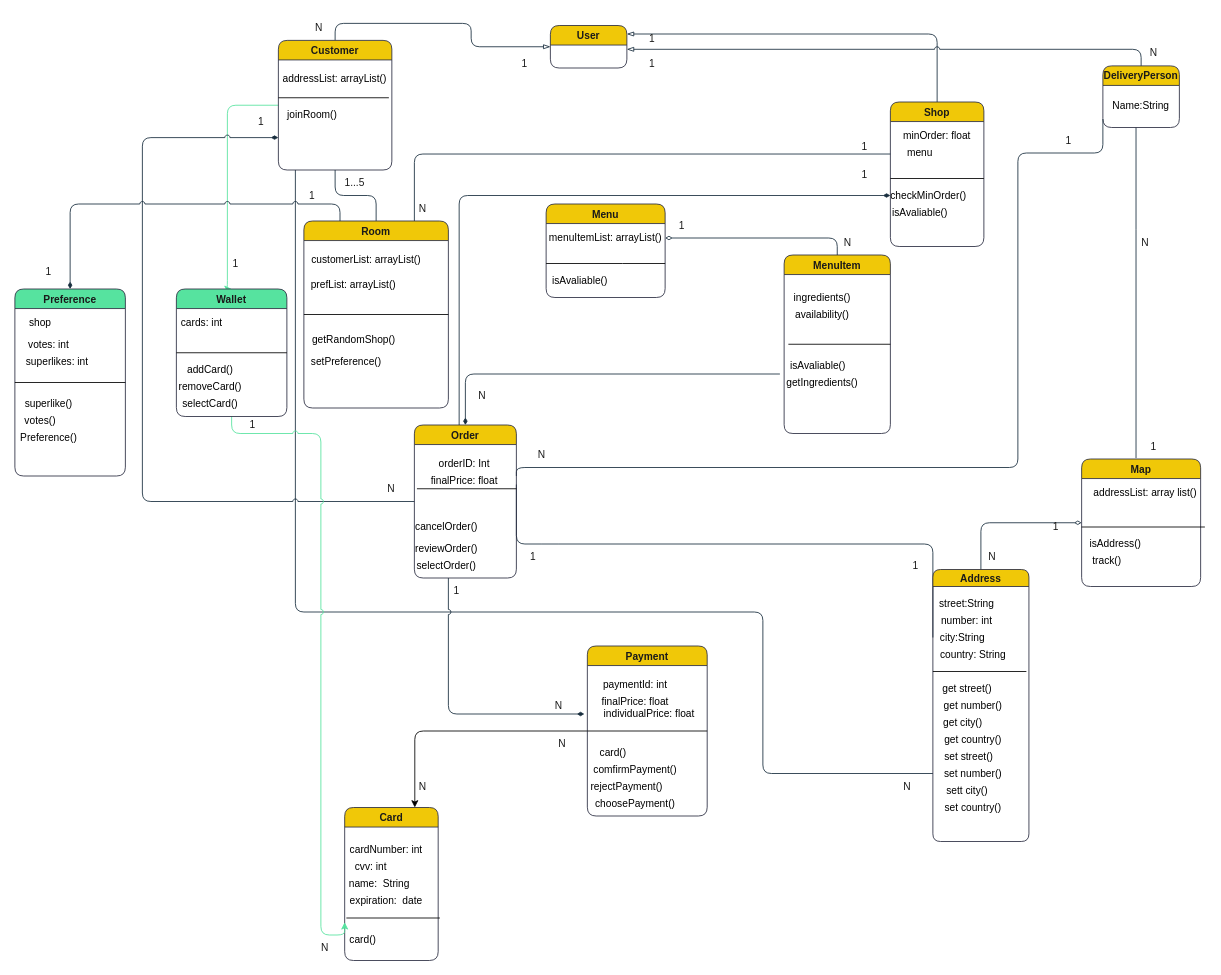
Before: docs/contributions/JoannaAgo/Phase_4/Domain_Model.drawio in iloudaros/nomnomr, a draw.io diagram. Source tidied: cells renumbered, new cells numbered last; positions are measured from the earlier drawing's top-left corner, leaving out a move shared by most shapes. Both pictures are drawn from the tidied source at 85%, with x=0, y=0 at pixel (14, 14).
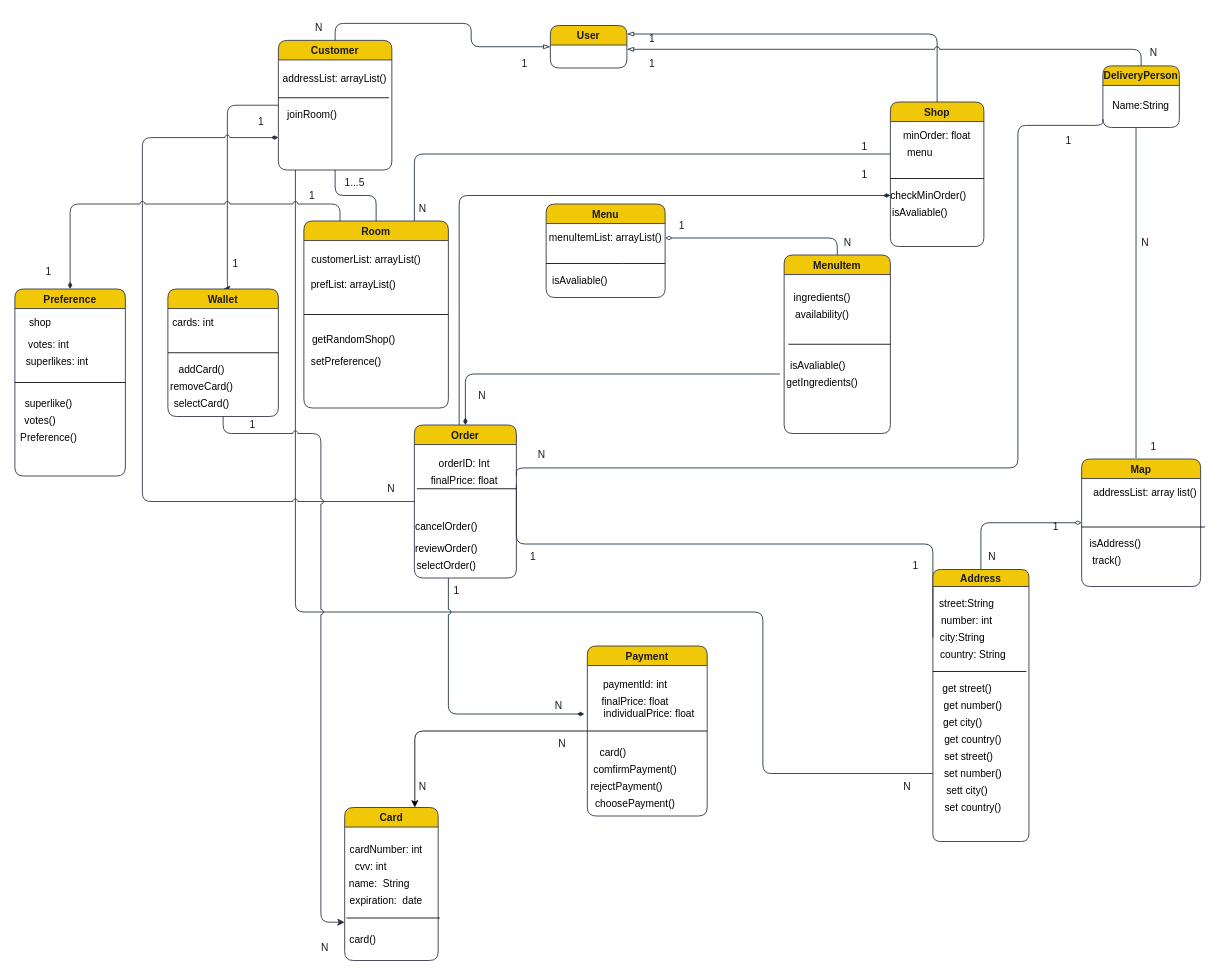
The same diagram, later.

Unchanged cells that the change refers to:
```xml
<mxCell id="8" value="Customer" style="swimlane;startSize=23;rounded=1;fillColor=#F0C808;strokeColor=#2B2D42;fontColor=#1A1A1A;" parent="1" vertex="1">
  <mxGeometry x="310" y="30" width="133.5" height="152.5" as="geometry" />
</mxCell>
<mxCell id="23" value="Room" style="swimlane;rounded=1;fillColor=#F0C808;strokeColor=#2B2D42;fontColor=#1A1A1A;" parent="1" vertex="1">
  <mxGeometry x="340" y="242.5" width="170" height="220" as="geometry" />
</mxCell>
<mxCell id="32" value="Order" style="swimlane;rounded=1;fillColor=#F0C808;strokeColor=#2B2D42;fontColor=#1A1A1A;" parent="1" vertex="1">
  <mxGeometry x="470" y="482.5" width="120" height="180" as="geometry" />
</mxCell>
<mxCell id="47" value="Card" style="swimlane;rounded=1;fillColor=#F0C808;strokeColor=#2B2D42;fontColor=#1A1A1A;startSize=23;" parent="1" vertex="1">
  <mxGeometry x="388" y="932.5" width="110" height="180" as="geometry" />
</mxCell>
```

Change to the diagram source:
```diff
@@
-    <mxCell id="7" style="edgeStyle=orthogonalEdgeStyle;rounded=1;jettySize=auto;html=1;entryX=0.5;entryY=0;entryDx=0;entryDy=0;strokeColor=#56E39F;jumpStyle=arc;" parent="1" edge="1" source="8" target="85">
+    <mxCell id="7" style="edgeStyle=orthogonalEdgeStyle;rounded=1;jettySize=auto;html=1;entryX=0.5;entryY=0;entryDx=0;entryDy=0;strokeColor=#2B2D42;jumpStyle=arc;" parent="1" edge="1" source="8" target="85">
       <mxGeometry relative="1" as="geometry">
         <Array as="points">
           <mxPoint x="250" y="106.5" />
           <mxPoint x="250" y="322.5" />
         </Array>
       </mxGeometry>
     </mxCell>
@@
-    <mxCell id="29" style="edgeStyle=orthogonalEdgeStyle;jettySize=auto;html=1;entryX=0;entryY=0.75;entryDx=0;entryDy=0;startArrow=none;startFill=0;endArrow=diamondThin;endFill=1;rounded=1;labelBackgroundColor=#EEEEEE;strokeColor=#182E3E;fontColor=#1A1A1A;jumpStyle=arc;" parent="1" edge="1" source="32" target="8">
+    <mxCell id="29" style="edgeStyle=orthogonalEdgeStyle;jettySize=auto;html=1;entryX=0;entryY=0.75;entryDx=0;entryDy=0;startArrow=none;startFill=0;endArrow=diamondThin;endFill=1;rounded=1;labelBackgroundColor=#EEEEEE;strokeColor=#2B2D42;fontColor=#1A1A1A;jumpStyle=arc;" parent="1" edge="1" source="32" target="8">
       <mxGeometry relative="1" as="geometry">
         <Array as="points">
           <mxPoint x="150" y="572.5" />
           <mxPoint x="150" y="144.5" />
         </Array>
       </mxGeometry>
     </mxCell>
     <mxCell id="30" style="edgeStyle=orthogonalEdgeStyle;orthogonalLoop=1;jettySize=auto;html=1;startArrow=none;startFill=0;endArrow=none;endFill=0;elbow=vertical;rounded=1;labelBackgroundColor=#EEEEEE;strokeColor=#182E3E;fontColor=#1A1A1A;" parent="1" edge="1">
       <mxGeometry relative="1" as="geometry">
         <mxPoint x="590" y="542.5" as="sourcePoint" />
         <mxPoint x="1280" y="122.5" as="targetPoint" />
         <Array as="points">
-          <mxPoint x="590" y="532.5" />
-          <mxPoint x="1180" y="532.5" />
-          <mxPoint x="1180" y="162.5" />
-          <mxPoint x="1280" y="162.5" />
+          <mxPoint x="590" y="533" />
+          <mxPoint x="1180" y="533" />
+          <mxPoint x="1180" y="130" />
+          <mxPoint x="1280" y="130" />
         </Array>
       </mxGeometry>
     </mxCell>
@@
-    <mxCell id="84" style="edgeStyle=orthogonalEdgeStyle;rounded=1;jettySize=auto;html=1;entryX=0;entryY=0.75;entryDx=0;entryDy=0;strokeColor=#56E39F;exitX=0.5;exitY=1;exitDx=0;exitDy=0;jumpStyle=arc;" parent="1" edge="1" source="85" target="47">
+    <mxCell id="84" style="edgeStyle=orthogonalEdgeStyle;rounded=1;jettySize=auto;html=1;entryX=0;entryY=0.75;entryDx=0;entryDy=0;strokeColor=#2B2D42;exitX=0.5;exitY=1;exitDx=0;exitDy=0;jumpStyle=arc;" parent="1" edge="1" source="85" target="47">
       <mxGeometry relative="1" as="geometry">
         <Array as="points">
           <mxPoint x="255" y="492.5" />
           <mxPoint x="360" y="492.5" />
           <mxPoint x="360" y="1082.5" />
         </Array>
       </mxGeometry>
     </mxCell>
-    <mxCell id="85" value="Wallet" style="swimlane;rounded=1;fillColor=#56E39F;strokeColor=#2B2D42;fontColor=#1A1A1A;startSize=23;" parent="1" vertex="1">
-      <mxGeometry x="190" y="322.5" width="130" height="150" as="geometry" />
+    <mxCell id="85" value="Wallet" style="swimlane;rounded=1;fillColor=#F0C808;strokeColor=#2B2D42;fontColor=#1A1A1A;startSize=23;" parent="1" vertex="1">
+      <mxGeometry x="180" y="322.5" width="130" height="150" as="geometry" />
     </mxCell>
@@
-    <mxCell id="125" value="Preference" style="swimlane;rounded=1;fillColor=#56E39F;strokeColor=#2B2D42;fontColor=#1A1A1A;startSize=23;" parent="1" vertex="1">
+    <mxCell id="125" value="Preference" style="swimlane;rounded=1;fillColor=#F0C808;strokeColor=#2B2D42;fontColor=#1A1A1A;startSize=23;" parent="1" vertex="1">
       <mxGeometry y="322.5" width="130" height="220" as="geometry" />
     </mxCell>
@@
-    <mxCell id="133" style="edgeStyle=orthogonalEdgeStyle;jettySize=auto;html=1;entryX=0.5;entryY=0;entryDx=0;entryDy=0;startArrow=none;startFill=0;endArrow=diamondThin;endFill=1;rounded=1;labelBackgroundColor=#EEEEEE;strokeColor=#182E3E;fontColor=#1A1A1A;exitX=0.25;exitY=0;exitDx=0;exitDy=0;jumpStyle=arc;" parent="1" edge="1" source="23" target="125">
+    <mxCell id="133" style="edgeStyle=orthogonalEdgeStyle;jettySize=auto;html=1;entryX=0.5;entryY=0;entryDx=0;entryDy=0;startArrow=none;startFill=0;endArrow=diamondThin;endFill=1;rounded=1;labelBackgroundColor=#EEEEEE;strokeColor=#2B2D42;fontColor=#1A1A1A;exitX=0.25;exitY=0;exitDx=0;exitDy=0;jumpStyle=arc;" parent="1" edge="1" source="23" target="125">
       <mxGeometry relative="1" as="geometry">
         <Array as="points">
           <mxPoint x="383" y="222.5" />
           <mxPoint x="65" y="222.5" />
         </Array>
       </mxGeometry>
     </mxCell>
```
